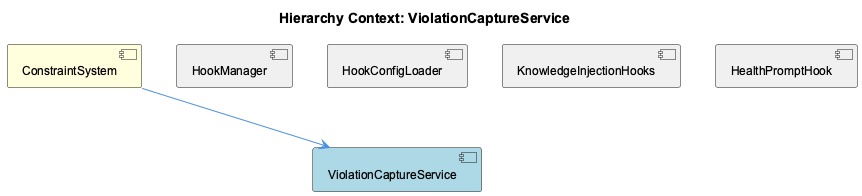
The PlantUML diagram knowledge-management/insights/images/violation-capture-service-relationship.png in fwornle/coding, before a commit. The source it was exported from:
```plantuml
@startuml
!include _standard-style.puml

title Hierarchy Context: ViolationCaptureService

[ConstraintSystem] as constraint_system #FFFFDD
[ViolationCaptureService] as violation_capture_service #LightBlue
[HookManager] as hook_manager #F0F0F0
[HookConfigLoader] as hook_config_loader #F0F0F0
[KnowledgeInjectionHooks] as knowledge_injection_hooks #F0F0F0
[HealthPromptHook] as health_prompt_hook #F0F0F0

constraint_system --> violation_capture_service
hook_manager -[hidden]- violation_capture_service
hook_config_loader -[hidden]- violation_capture_service
knowledge_injection_hooks -[hidden]- violation_capture_service
health_prompt_hook -[hidden]- violation_capture_service

@enduml
```
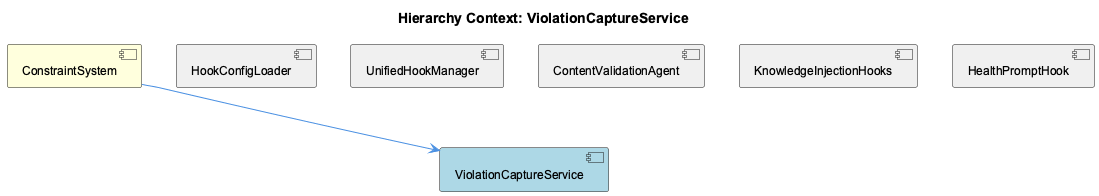
After the change.

What changed in the source:
```diff
@@ -5,14 +5,16 @@
 
 [ConstraintSystem] as constraint_system #FFFFDD
 [ViolationCaptureService] as violation_capture_service #LightBlue
-[HookManager] as hook_manager #F0F0F0
 [HookConfigLoader] as hook_config_loader #F0F0F0
+[UnifiedHookManager] as unified_hook_manager #F0F0F0
+[ContentValidationAgent] as content_validation_agent #F0F0F0
 [KnowledgeInjectionHooks] as knowledge_injection_hooks #F0F0F0
 [HealthPromptHook] as health_prompt_hook #F0F0F0
 
 constraint_system --> violation_capture_service
-hook_manager -[hidden]- violation_capture_service
 hook_config_loader -[hidden]- violation_capture_service
+unified_hook_manager -[hidden]- violation_capture_service
+content_validation_agent -[hidden]- violation_capture_service
 knowledge_injection_hooks -[hidden]- violation_capture_service
 health_prompt_hook -[hidden]- violation_capture_service
 
```
